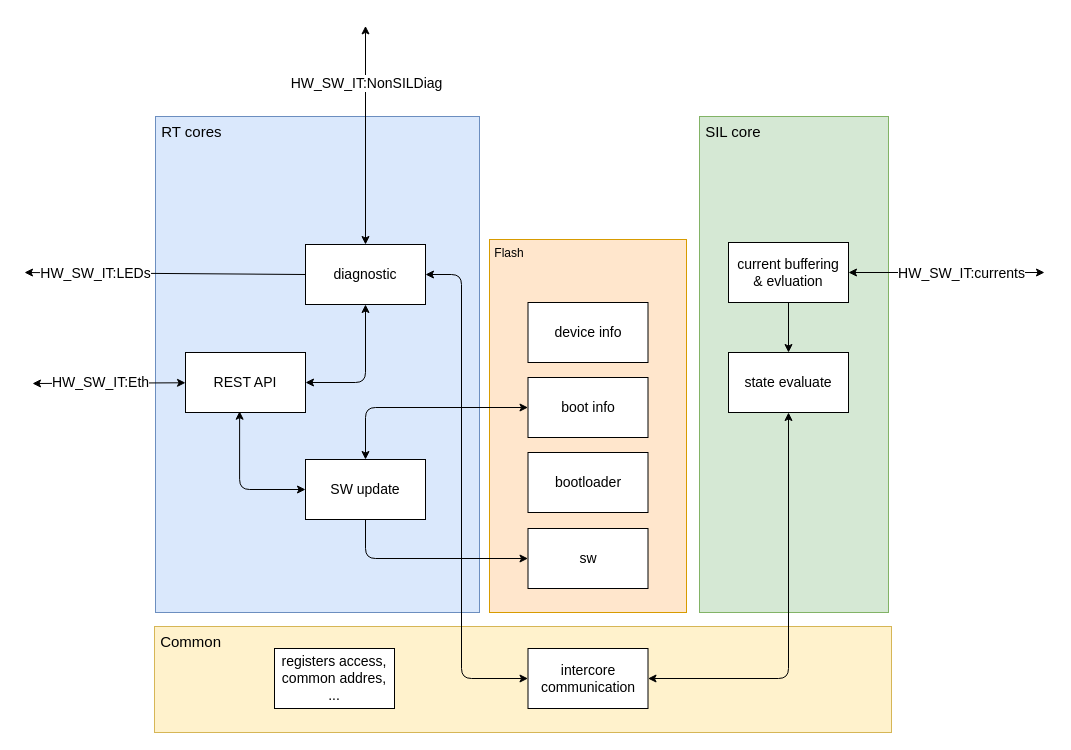
Earlier version of the draw.io diagram schematic/05-sw-architecture.drawio (petrkucerak/diplom-thesis). Source tidied: cells renumbered, new cells numbered last; positions are measured from the earlier drawing's top-left corner, leaving out a move shared by most shapes. Both pictures are drawn from the tidied source at 100%, with x=0, y=0 at pixel (24, 25).
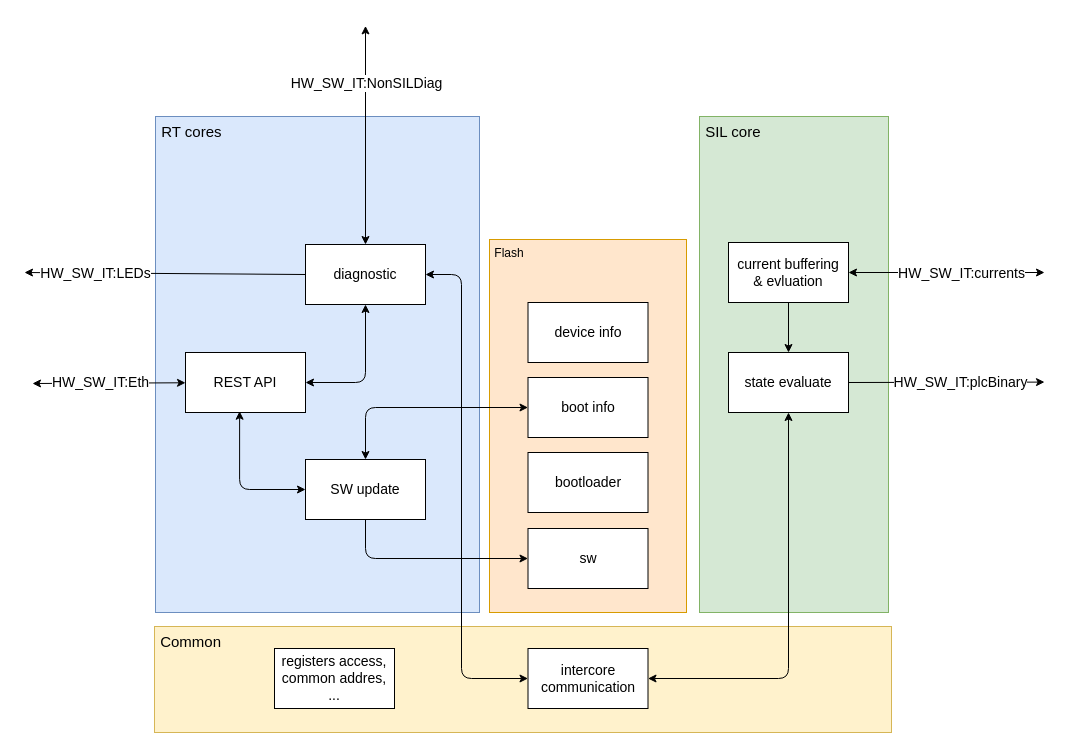
The same diagram, later.

Unchanged cells that the change refers to:
```xml
<mxCell id="29" value="state evaluate" style="rounded=0;whiteSpace=wrap;html=1;fontSize=14;" parent="1" vertex="1">
  <mxGeometry x="704" y="327" width="120" height="60" as="geometry" />
</mxCell>
```

Diff of the diagram source:
```diff
@@
+    <mxCell id="32" style="edgeStyle=none;html=1;fontFamily=Helvetica;fontSize=14;fontColor=default;startArrow=none;startFill=0;endArrow=classic;endFill=1;exitX=1;exitY=0.5;exitDx=0;exitDy=0;" parent="1" edge="1" source="29">
+      <mxGeometry relative="1" as="geometry">
+        <mxPoint x="1020" y="356.6" as="targetPoint" />
+      </mxGeometry>
+    </mxCell>
+    <mxCell id="33" value="HW_SW_IT:plcBinary" style="edgeLabel;html=1;align=center;verticalAlign=middle;rounded=0;strokeColor=#82b366;fontFamily=Helvetica;fontSize=14;fontColor=default;fillColor=#d5e8d4;" parent="32" vertex="1">
+      <mxGeometry x="0.24" y="1" relative="1" as="geometry">
+        <mxPoint x="-10" y="1" as="offset" />
+      </mxGeometry>
+    </mxCell>
```
